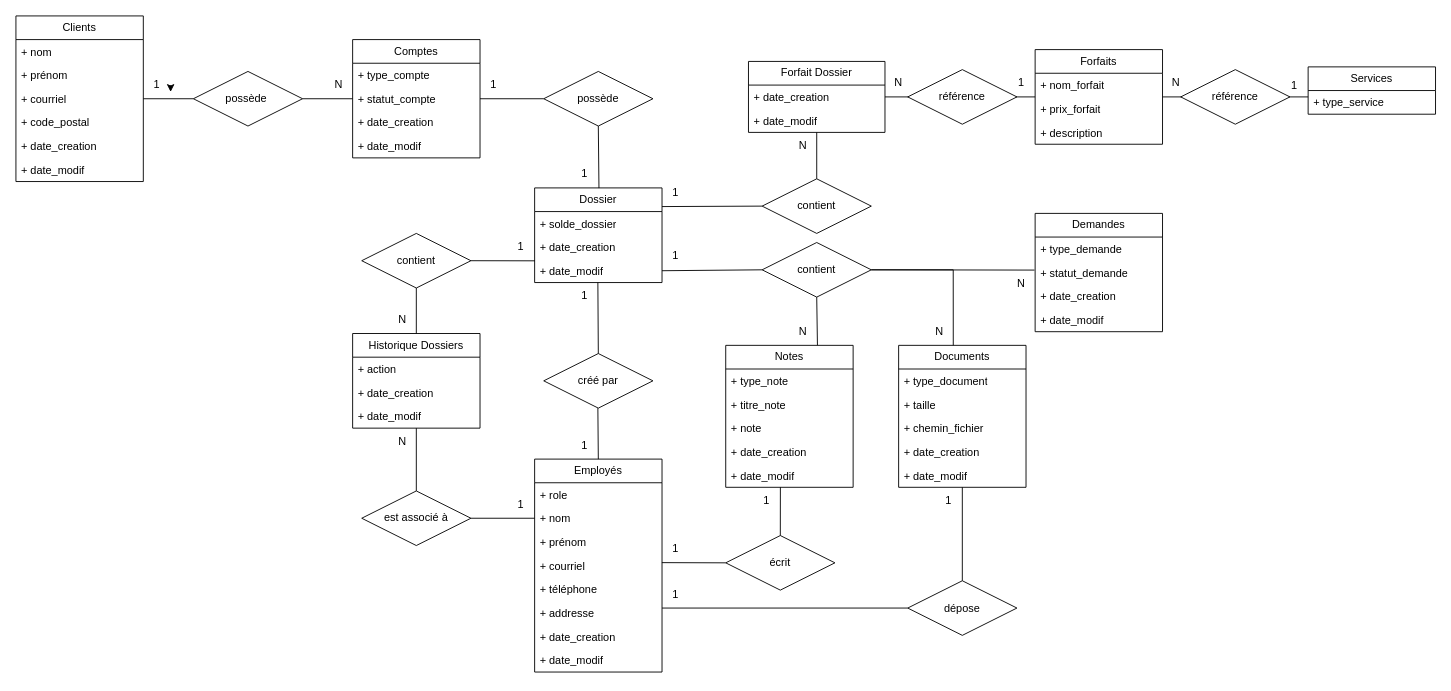
JeHudon/BelleVibe keeps this draw.io diagram as Mandat 1 - Planification/BelleVibe Entité Relation.drawio. Above is the earlier version. Source tidied: cells renumbered, new cells numbered last; positions are measured from the earlier drawing's top-left corner, leaving out a move shared by most shapes. Both pictures are drawn from the tidied source at 91%, with x=0, y=0 at pixel (15, 15).
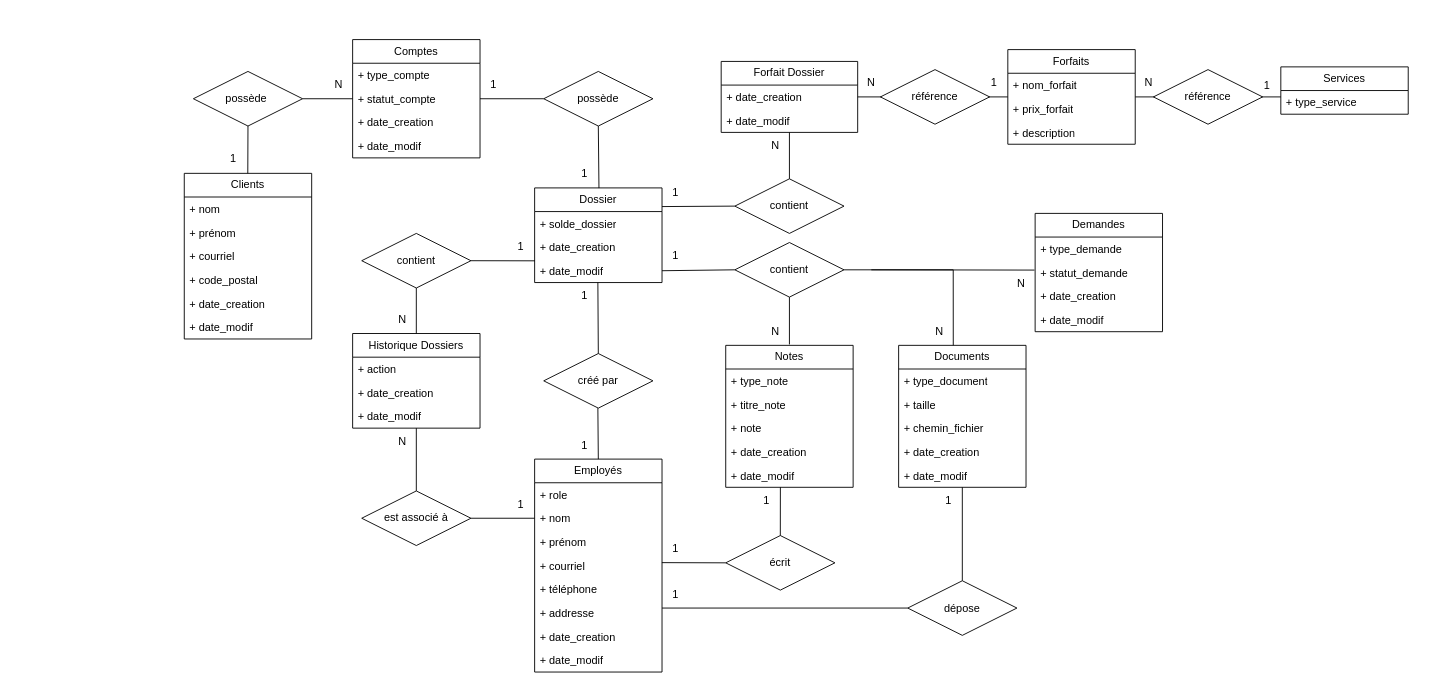
The same diagram, later.

The change refers to these unchanged cells:
```xml
<mxCell id="2" value="possède&amp;nbsp;" style="shape=rhombus;perimeter=rhombusPerimeter;whiteSpace=wrap;html=1;align=center;" parent="1" vertex="1">
  <mxGeometry x="195" y="61" width="120" height="60" as="geometry" />
</mxCell>
<mxCell id="6" value="+ courriel" style="text;strokeColor=none;fillColor=none;align=left;verticalAlign=top;spacingLeft=4;spacingRight=4;overflow=hidden;points=[[0,0.5],[1,0.5]];portConstraint=eastwest;whiteSpace=wrap;html=1;" parent="3" vertex="1">
  <mxGeometry y="78" width="140" height="26" as="geometry" />
</mxCell>
<mxCell id="39" value="Notes" style="swimlane;fontStyle=0;horizontal=1;startSize=26;fillColor=none;whiteSpace=wrap;html=1;" parent="1" vertex="1">
  <mxGeometry x="780" y="362" width="140" height="156" as="geometry" />
</mxCell>
```

Diff of the diagram source:
```diff
@@
     <mxCell id="3" value="Clients" style="swimlane;fontStyle=0;horizontal=1;startSize=26;fillColor=none;whiteSpace=wrap;html=1;" parent="1" vertex="1">
-      <mxGeometry width="140" height="182" as="geometry" />
+      <mxGeometry x="185" y="173" width="140" height="182" as="geometry" />
     </mxCell>
@@
     <mxCell id="49" value="Services" style="swimlane;fontStyle=0;horizontal=1;startSize=26;fillColor=none;whiteSpace=wrap;html=1;" parent="1" vertex="1">
-      <mxGeometry x="1420" y="56" width="140" height="52" as="geometry" />
+      <mxGeometry x="1390" y="56" width="140" height="52" as="geometry" />
     </mxCell>
@@
     <mxCell id="51" value="Forfaits" style="swimlane;fontStyle=0;horizontal=1;startSize=26;fillColor=none;whiteSpace=wrap;html=1;" parent="1" vertex="1">
-      <mxGeometry x="1120" y="37" width="140" height="104" as="geometry" />
+      <mxGeometry x="1090" y="37" width="140" height="104" as="geometry" />
     </mxCell>
@@
     <mxCell id="55" value="Forfait Dossier" style="swimlane;fontStyle=0;horizontal=1;startSize=26;fillColor=none;whiteSpace=wrap;html=1;" parent="1" vertex="1">
-      <mxGeometry x="805" y="50" width="150" height="78" as="geometry" />
+      <mxGeometry x="775" y="50" width="150" height="78" as="geometry" />
     </mxCell>
@@
     <mxCell id="62" value="contient" style="shape=rhombus;perimeter=rhombusPerimeter;whiteSpace=wrap;html=1;align=center;" parent="1" vertex="1">
-      <mxGeometry x="820" y="249" width="120" height="60" as="geometry" />
+      <mxGeometry x="790" y="249" width="120" height="60" as="geometry" />
     </mxCell>
@@
-    <mxCell id="64" style="endArrow=none;html=1;rounded=0;exitX=0.5;exitY=1;exitDx=0;exitDy=0;entryX=0.72;entryY=-0.001;entryDx=0;entryDy=0;entryPerimeter=0;" parent="1" edge="1" source="62" target="39">
-      <mxGeometry relative="1" as="geometry" />
+    <mxCell id="64" style="endArrow=none;html=1;rounded=0;exitX=0.5;exitY=1;exitDx=0;exitDy=0;" parent="1" edge="1" source="62">
+      <mxGeometry relative="1" as="geometry">
+        <mxPoint x="850" y="361" as="targetPoint" />
+      </mxGeometry>
     </mxCell>
@@
     <mxCell id="80" value="contient" style="shape=rhombus;perimeter=rhombusPerimeter;whiteSpace=wrap;html=1;align=center;" parent="1" vertex="1">
-      <mxGeometry x="820" y="179" width="120" height="60" as="geometry" />
+      <mxGeometry x="790" y="179" width="120" height="60" as="geometry" />
     </mxCell>
     <mxCell id="81" style="endArrow=none;html=1;rounded=0;exitX=0;exitY=1;exitDx=0;exitDy=0;" parent="1" edge="1" source="104">
       <mxGeometry relative="1" as="geometry">
-        <mxPoint x="1120" y="89" as="targetPoint" />
+        <mxPoint x="1090" y="89" as="targetPoint" />
       </mxGeometry>
     </mxCell>
     <mxCell id="82" value="référence" style="shape=rhombus;perimeter=rhombusPerimeter;whiteSpace=wrap;html=1;align=center;" parent="1" vertex="1">
-      <mxGeometry x="980" y="59" width="120" height="60" as="geometry" />
+      <mxGeometry x="950" y="59" width="120" height="60" as="geometry" />
     </mxCell>
@@
     <mxCell id="85" value="1" style="text;html=1;whiteSpace=wrap;strokeColor=none;fillColor=none;align=center;verticalAlign=middle;rounded=0;" parent="1" vertex="1">
-      <mxGeometry x="140" y="61" width="30" height="30" as="geometry" />
+      <mxGeometry x="224" y="142" width="30" height="30" as="geometry" />
     </mxCell>
@@
     <mxCell id="96" value="1" style="text;html=1;whiteSpace=wrap;strokeColor=none;fillColor=none;align=center;verticalAlign=middle;rounded=0;" parent="1" vertex="1">
-      <mxGeometry x="1090" y="59" width="30" height="30" as="geometry" />
+      <mxGeometry x="1060" y="59" width="30" height="30" as="geometry" />
     </mxCell>
     <mxCell id="97" value="1" style="text;html=1;whiteSpace=wrap;strokeColor=none;fillColor=none;align=center;verticalAlign=middle;rounded=0;" parent="1" vertex="1">
-      <mxGeometry x="1390" y="62" width="30" height="30" as="geometry" />
+      <mxGeometry x="1360" y="62" width="30" height="30" as="geometry" />
     </mxCell>
@@
     <mxCell id="101" value="N" style="text;html=1;whiteSpace=wrap;strokeColor=none;fillColor=none;align=center;verticalAlign=middle;rounded=0;" parent="1" vertex="1">
-      <mxGeometry x="850" y="332" width="30" height="30" as="geometry" />
+      <mxGeometry x="820" y="332" width="30" height="30" as="geometry" />
     </mxCell>
@@
     <mxCell id="103" value="N" style="text;html=1;whiteSpace=wrap;strokeColor=none;fillColor=none;align=center;verticalAlign=middle;rounded=0;" parent="1" vertex="1">
-      <mxGeometry x="850" y="128" width="30" height="30" as="geometry" />
+      <mxGeometry x="820" y="128" width="30" height="30" as="geometry" />
     </mxCell>
     <mxCell id="104" value="N" style="text;html=1;whiteSpace=wrap;strokeColor=none;fillColor=none;align=center;verticalAlign=middle;rounded=0;" parent="1" vertex="1">
-      <mxGeometry x="955" y="59" width="30" height="30" as="geometry" />
+      <mxGeometry x="925" y="59" width="30" height="30" as="geometry" />
     </mxCell>
     <mxCell id="105" value="N" style="text;html=1;whiteSpace=wrap;strokeColor=none;fillColor=none;align=center;verticalAlign=middle;rounded=0;" parent="1" vertex="1">
-      <mxGeometry x="1260" y="59" width="30" height="30" as="geometry" />
+      <mxGeometry x="1230" y="59" width="30" height="30" as="geometry" />
     </mxCell>
-    <mxCell id="106" style="edgeStyle=orthogonalEdgeStyle;rounded=0;orthogonalLoop=1;jettySize=auto;html=1;exitX=1;exitY=0.5;exitDx=0;exitDy=0;entryX=1;entryY=0.75;entryDx=0;entryDy=0;" parent="1" edge="1" source="85" target="85">
-      <mxGeometry relative="1" as="geometry" />
-    </mxCell>
-    <mxCell id="107" style="endArrow=none;html=1;rounded=0;entryX=0;entryY=0.5;entryDx=0;entryDy=0;exitX=1;exitY=0.5;exitDx=0;exitDy=0;" parent="1" edge="1" source="6" target="2">
-      <mxGeometry relative="1" as="geometry" />
-    </mxCell>
     <mxCell id="108" style="endArrow=none;html=1;rounded=0;exitX=0;exitY=1;exitDx=0;exitDy=0;" parent="1" edge="1" source="105">
       <mxGeometry relative="1" as="geometry">
-        <mxPoint x="1420" y="89" as="targetPoint" />
+        <mxPoint x="1390" y="89" as="targetPoint" />
       </mxGeometry>
     </mxCell>
     <mxCell id="109" value="référence" style="shape=rhombus;perimeter=rhombusPerimeter;whiteSpace=wrap;html=1;align=center;" parent="1" vertex="1">
-      <mxGeometry x="1280" y="59" width="120" height="60" as="geometry" />
+      <mxGeometry x="1250" y="59" width="120" height="60" as="geometry" />
     </mxCell>
@@
+    <mxCell id="115" style="endArrow=none;html=1;rounded=0;exitX=0.5;exitY=1;exitDx=0;exitDy=0;entryX=0.5;entryY=0;entryDx=0;entryDy=0;" parent="1" edge="1" source="2">
+      <mxGeometry relative="1" as="geometry">
+        <mxPoint x="254.8" y="173" as="targetPoint" />
+      </mxGeometry>
+    </mxCell>
```
